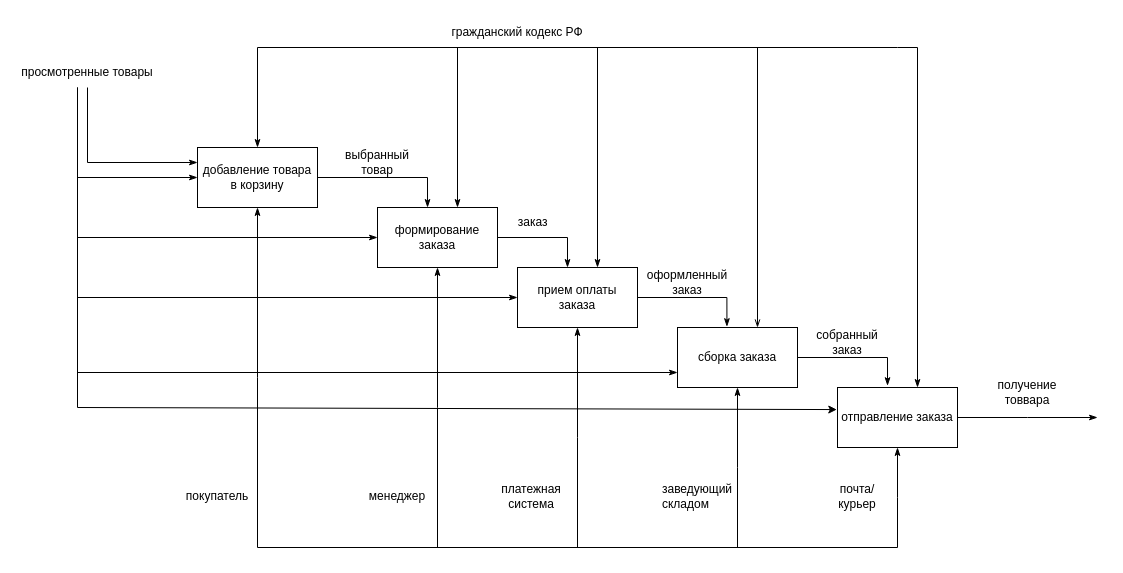
This is Диаграмма без названия.drawio from ValeriaLebedeva/IIDEFOpredmetnayaobl2, a draw.io file, before an edit. Source tidied: cells renumbered, new cells numbered last; positions are measured from the earlier drawing's top-left corner, leaving out a move shared by most shapes. Both pictures are drawn from the tidied source at 100%, with x=0, y=0 at pixel (17, 17).
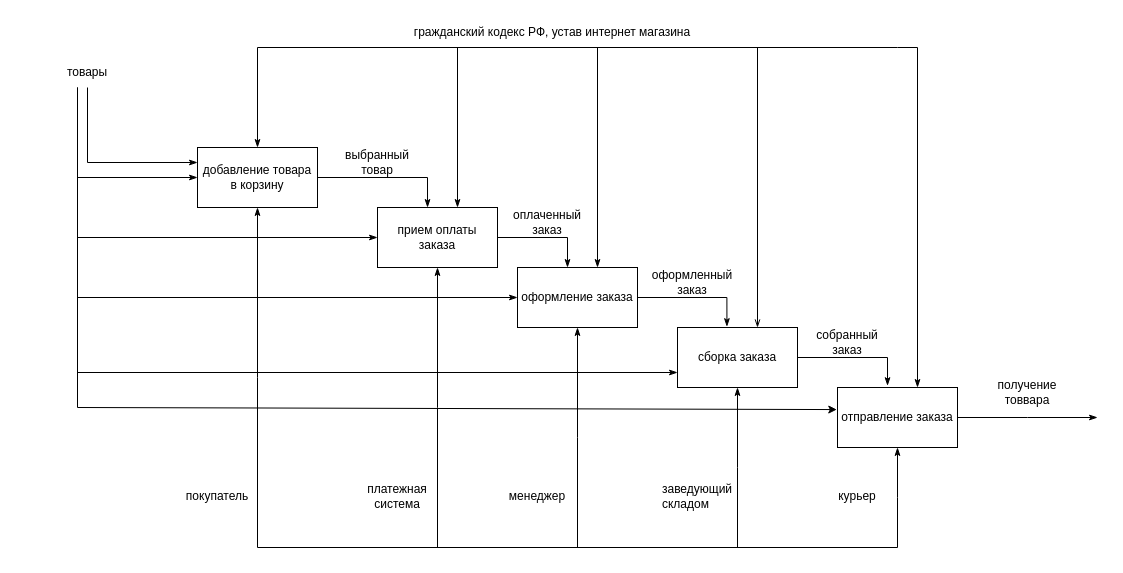
After the change.

Diff of the diagram source:
```diff
@@
-    <mxCell id="2" value="гражданский кодекс РФ" style="text;html=1;strokeColor=none;fillColor=none;align=center;verticalAlign=middle;whiteSpace=wrap;rounded=0;" parent="1" vertex="1">
-      <mxGeometry x="380" width="240" height="30" as="geometry" />
+    <mxCell id="2" value="гражданский кодекс РФ, устав интернет магазина" style="text;html=1;strokeColor=none;fillColor=none;align=center;verticalAlign=middle;whiteSpace=wrap;rounded=0;" parent="1" vertex="1">
+      <mxGeometry x="380" width="310" height="30" as="geometry" />
     </mxCell>
@@
-    <mxCell id="11" value="формирование заказа" style="rounded=0;whiteSpace=wrap;html=1;" parent="1" vertex="1">
+    <mxCell id="11" value="прием оплаты заказа" style="rounded=0;whiteSpace=wrap;html=1;" parent="1" vertex="1">
       <mxGeometry x="360" y="190" width="120" height="60" as="geometry" />
     </mxCell>
@@
-    <mxCell id="16" value="прием оплаты заказа" style="rounded=0;whiteSpace=wrap;html=1;" parent="1" vertex="1">
+    <mxCell id="16" value="оформление заказа" style="rounded=0;whiteSpace=wrap;html=1;" parent="1" vertex="1">
       <mxGeometry x="500" y="250" width="120" height="60" as="geometry" />
     </mxCell>
@@
-    <mxCell id="23" value="просмотренные товары" style="text;html=1;strokeColor=none;fillColor=none;align=center;verticalAlign=middle;whiteSpace=wrap;rounded=0;" parent="1" vertex="1">
+    <mxCell id="23" value="товары" style="text;html=1;strokeColor=none;fillColor=none;align=center;verticalAlign=middle;whiteSpace=wrap;rounded=0;" parent="1" vertex="1">
       <mxGeometry y="40" width="140" height="30" as="geometry" />
     </mxCell>
@@
-    <mxCell id="28" value="&amp;nbsp;заказ" style="text;html=1;strokeColor=none;fillColor=none;align=center;verticalAlign=middle;whiteSpace=wrap;rounded=0;" parent="1" vertex="1">
-      <mxGeometry x="484" y="190" width="60" height="30" as="geometry" />
+    <mxCell id="28" value="оплаченный заказ" style="text;html=1;strokeColor=none;fillColor=none;align=center;verticalAlign=middle;whiteSpace=wrap;rounded=0;" parent="1" vertex="1">
+      <mxGeometry x="500" y="190" width="60" height="30" as="geometry" />
     </mxCell>
-    <mxCell id="29" value="оформленный заказ" style="text;html=1;strokeColor=none;fillColor=none;align=center;verticalAlign=middle;whiteSpace=wrap;rounded=0;" parent="1" vertex="1">
-      <mxGeometry x="640" y="250" width="60" height="30" as="geometry" />
+    <mxCell id="29" value="&lt;font&gt;оформленный&lt;/font&gt;&lt;br&gt;&lt;font&gt;заказ&lt;/font&gt;" style="text;html=1;strokeColor=none;fillColor=none;align=center;verticalAlign=middle;whiteSpace=wrap;rounded=0;" parent="1" vertex="1">
+      <mxGeometry x="640" y="250" width="70" height="30" as="geometry" />
     </mxCell>
@@
     <mxCell id="32" value="менеджер" style="text;html=1;strokeColor=none;fillColor=none;align=center;verticalAlign=middle;whiteSpace=wrap;rounded=0;" parent="1" vertex="1">
-      <mxGeometry x="350" y="464" width="60" height="30" as="geometry" />
+      <mxGeometry x="490" y="464" width="60" height="30" as="geometry" />
     </mxCell>
     <mxCell id="33" value="платежная система" style="text;html=1;strokeColor=none;fillColor=none;align=center;verticalAlign=middle;whiteSpace=wrap;rounded=0;" parent="1" vertex="1">
-      <mxGeometry x="484" y="464" width="60" height="30" as="geometry" />
+      <mxGeometry x="350" y="464" width="60" height="30" as="geometry" />
     </mxCell>
@@
-    <mxCell id="39" value="почта/курьер" style="text;html=1;strokeColor=none;fillColor=none;align=center;verticalAlign=middle;whiteSpace=wrap;rounded=0;" parent="1" vertex="1">
+    <mxCell id="39" value="курьер" style="text;html=1;strokeColor=none;fillColor=none;align=center;verticalAlign=middle;whiteSpace=wrap;rounded=0;" parent="1" vertex="1">
       <mxGeometry x="810" y="464" width="60" height="30" as="geometry" />
     </mxCell>
```
